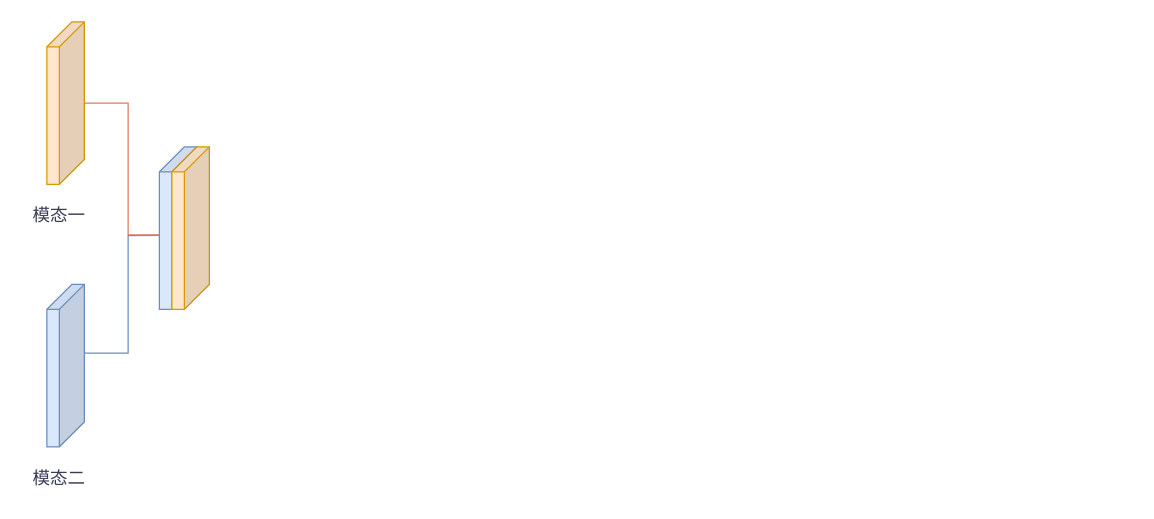
This is 毕设.drawio from kenloves/draw.io, a draw.io file, before an edit. Source tidied: cells renumbered, new cells numbered last; positions are measured from the earlier drawing's top-left corner, leaving out a move shared by most shapes. Both pictures are drawn from the tidied source at 125%, with x=0, y=0 at pixel (21, 21).
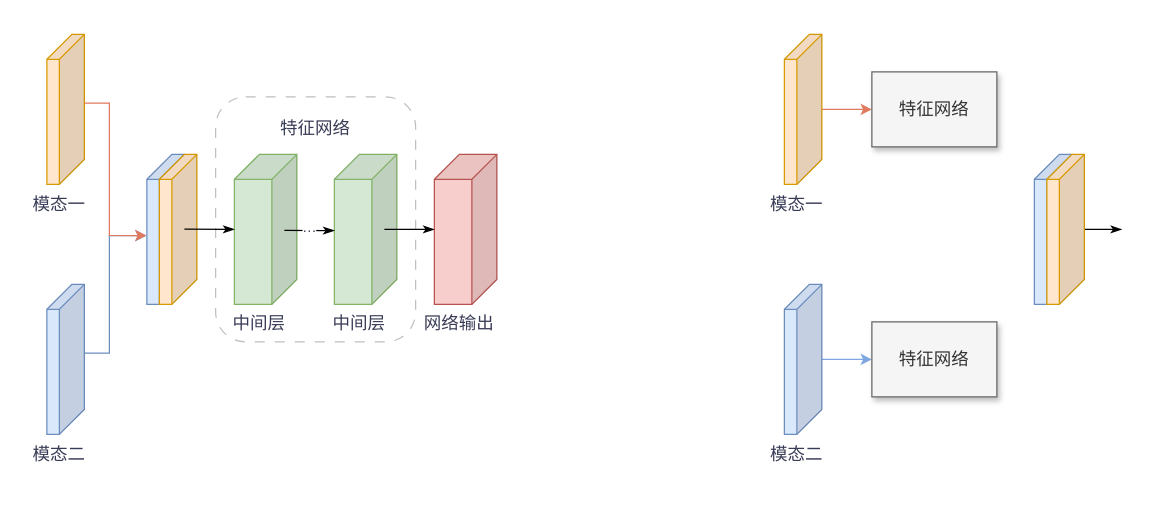
The same page after the edit.

Diff of the diagram source:
```diff
@@
+    <mxCell id="10" style="rounded=1;whiteSpace=wrap;html=1;dashed=1;shadow=0;dashPattern=8 8;strokeColor=#c0c0c0;" parent="1" vertex="1">
+      <mxGeometry x="155" y="60" width="160" height="196" as="geometry" />
+    </mxCell>
-    <mxCell id="2" style="rounded=0;jettySize=auto;html=1;strokeColor=#6c8ebf;fontColor=#393C56;fillColor=#dae8fc;entryX=0.924;entryY=0.544;entryDx=0;entryDy=0;entryPerimeter=0;align=center;verticalAlign=middle;fontFamily=Helvetica;fontSize=11;labelBackgroundColor=default;endArrow=classic;curved=0;exitX=0;exitY=0;exitDx=0;exitDy=55;exitPerimeter=0;" parent="1" edge="1" source="3" target="7">
+    <mxCell id="2" style="rounded=0;jettySize=auto;html=1;strokeColor=#6c8ebf;fontColor=#393C56;fillColor=#dae8fc;entryX=1.008;entryY=0.542;entryDx=0;entryDy=0;entryPerimeter=0;align=center;verticalAlign=middle;fontFamily=Helvetica;fontSize=11;labelBackgroundColor=default;endArrow=classic;curved=0;exitX=0;exitY=0;exitDx=0;exitDy=55;exitPerimeter=0;" parent="1" edge="1" source="3" target="6">
       <mxGeometry relative="1" as="geometry">
         <Array as="points">
-          <mxPoint x="85" y="265" />
+          <mxPoint x="70" y="265" />
+          <mxPoint x="70" y="220" />
+          <mxPoint x="70" y="171" />
           <mxPoint x="85" y="171" />
         </Array>
       </mxGeometry>
     </mxCell>
     <mxCell id="3" style="shape=cube;whiteSpace=wrap;html=1;boundedLbl=1;backgroundOutline=1;darkOpacity=0.05;darkOpacity2=0.1;direction=east;flipH=1;labelBackgroundColor=none;fillColor=#dae8fc;strokeColor=#6c8ebf;" parent="1" vertex="1">
-      <mxGeometry x="20" y="210" width="30" height="130" as="geometry" />
+      <mxGeometry x="20" y="210" width="30" height="120" as="geometry" />
     </mxCell>
-    <mxCell id="4" style="edgeStyle=orthogonalEdgeStyle;rounded=0;jettySize=auto;html=1;strokeColor=#E07A5F;fontColor=#393C56;fillColor=#F2CC8F;entryX=0.878;entryY=0.541;entryDx=0;entryDy=0;entryPerimeter=0;" parent="1" edge="1" source="5" target="7">
+    <mxCell id="4" style="edgeStyle=orthogonalEdgeStyle;rounded=0;jettySize=auto;html=1;strokeColor=#E07A5F;fontColor=#393C56;fillColor=#F2CC8F;entryX=1.013;entryY=0.541;entryDx=0;entryDy=0;entryPerimeter=0;" parent="1" edge="1" source="5" target="6">
       <mxGeometry relative="1" as="geometry">
         <Array as="points">
-          <mxPoint x="85" y="65" />
-          <mxPoint x="85" y="170" />
+          <mxPoint x="70" y="65" />
+          <mxPoint x="70" y="171" />
         </Array>
       </mxGeometry>
     </mxCell>
     <mxCell id="5" style="shape=cube;whiteSpace=wrap;html=1;boundedLbl=1;backgroundOutline=1;darkOpacity=0.05;darkOpacity2=0.1;direction=east;flipH=1;labelBackgroundColor=none;fillColor=#ffe6cc;strokeColor=#d79b00;" parent="1" vertex="1">
-      <mxGeometry x="20" width="30" height="130" as="geometry" />
+      <mxGeometry x="20" y="10" width="30" height="120" as="geometry" />
     </mxCell>
     <mxCell id="6" style="shape=cube;whiteSpace=wrap;html=1;boundedLbl=1;backgroundOutline=1;darkOpacity=0.05;darkOpacity2=0.1;direction=east;flipH=1;labelBackgroundColor=none;fillColor=#dae8fc;strokeColor=#6c8ebf;" parent="1" vertex="1">
-      <mxGeometry x="110" y="100" width="30" height="130" as="geometry" />
+      <mxGeometry x="100" y="106" width="30" height="120" as="geometry" />
     </mxCell>
     <mxCell id="7" style="shape=cube;whiteSpace=wrap;html=1;boundedLbl=1;backgroundOutline=1;darkOpacity=0.05;darkOpacity2=0.1;direction=east;flipH=1;labelBackgroundColor=none;fillColor=#ffe6cc;strokeColor=#d79b00;" parent="1" vertex="1">
-      <mxGeometry x="120" y="100" width="30" height="130" as="geometry" />
+      <mxGeometry x="110" y="106" width="30" height="120" as="geometry" />
     </mxCell>
     <mxCell id="8" value="模态一" style="text;html=1;align=center;verticalAlign=middle;whiteSpace=wrap;rounded=0;fontColor=#393C56;fontSize=14;" parent="1" vertex="1">
-      <mxGeometry y="140" width="60" height="30" as="geometry" />
+      <mxGeometry y="131" width="60" height="30" as="geometry" />
     </mxCell>
     <mxCell id="9" value="模态二" style="text;html=1;align=center;verticalAlign=middle;whiteSpace=wrap;rounded=0;fontColor=#393C56;fontSize=14;" parent="1" vertex="1">
-      <mxGeometry y="350" width="60" height="30" as="geometry" />
+      <mxGeometry y="331" width="60" height="30" as="geometry" />
     </mxCell>
+    <mxCell id="11" style="shape=cube;whiteSpace=wrap;html=1;boundedLbl=1;backgroundOutline=1;darkOpacity=0.05;darkOpacity2=0.1;direction=east;flipH=1;labelBackgroundColor=none;fillColor=#f8cecc;strokeColor=#b85450;" parent="1" vertex="1">
+      <mxGeometry x="330" y="106" width="50" height="120" as="geometry" />
+    </mxCell>
+    <mxCell id="12" value="网络输出" style="text;html=1;align=center;verticalAlign=middle;whiteSpace=wrap;rounded=0;fontColor=#393C56;fontSize=14;" parent="1" vertex="1">
+      <mxGeometry x="320" y="226" width="60" height="30" as="geometry" />
+    </mxCell>
+    <mxCell id="13" style="edgeStyle=orthogonalEdgeStyle;rounded=0;jettySize=auto;html=1;strokeColor=#7EA6E0;fontColor=#393C56;fillColor=#F2CC8F;" parent="1" edge="1" source="14" target="20">
+      <mxGeometry relative="1" as="geometry" />
+    </mxCell>
+    <mxCell id="14" style="shape=cube;whiteSpace=wrap;html=1;boundedLbl=1;backgroundOutline=1;darkOpacity=0.05;darkOpacity2=0.1;direction=east;flipH=1;labelBackgroundColor=none;fillColor=#dae8fc;strokeColor=#6c8ebf;" parent="1" vertex="1">
+      <mxGeometry x="610" y="210" width="30" height="120" as="geometry" />
+    </mxCell>
+    <mxCell id="15" style="edgeStyle=orthogonalEdgeStyle;rounded=0;jettySize=auto;html=1;strokeColor=#E07A5F;fontColor=#393C56;fillColor=#F2CC8F;" parent="1" edge="1" source="16" target="19">
+      <mxGeometry relative="1" as="geometry" />
+    </mxCell>
+    <mxCell id="16" style="shape=cube;whiteSpace=wrap;html=1;boundedLbl=1;backgroundOutline=1;darkOpacity=0.05;darkOpacity2=0.1;direction=east;flipH=1;labelBackgroundColor=none;fillColor=#ffe6cc;strokeColor=#d79b00;" parent="1" vertex="1">
+      <mxGeometry x="610" y="10" width="30" height="120" as="geometry" />
+    </mxCell>
+    <mxCell id="17" value="模态一" style="text;html=1;align=center;verticalAlign=middle;whiteSpace=wrap;rounded=0;fontColor=#393C56;fontSize=14;" parent="1" vertex="1">
+      <mxGeometry x="590" y="131" width="60" height="30" as="geometry" />
+    </mxCell>
+    <mxCell id="18" value="模态二" style="text;html=1;align=center;verticalAlign=middle;whiteSpace=wrap;rounded=0;fontColor=#393C56;fontSize=14;" parent="1" vertex="1">
+      <mxGeometry x="590" y="331" width="60" height="30" as="geometry" />
+    </mxCell>
+    <mxCell id="19" value="&lt;font style=&quot;font-size: 14px;&quot;&gt;特征网络&lt;/font&gt;" style="rounded=0;whiteSpace=wrap;html=1;strokeColor=#666666;fontColor=#333333;fillColor=#f5f5f5;glass=0;shadow=1;" parent="1" vertex="1">
+      <mxGeometry x="680" y="40" width="100" height="60" as="geometry" />
+    </mxCell>
+    <mxCell id="20" value="&lt;font style=&quot;font-size: 14px;&quot;&gt;特征网络&lt;/font&gt;" style="rounded=0;whiteSpace=wrap;html=1;strokeColor=#666666;fontColor=#333333;fillColor=#f5f5f5;glass=0;shadow=1;" parent="1" vertex="1">
+      <mxGeometry x="680" y="240" width="100" height="60" as="geometry" />
+    </mxCell>
+    <mxCell id="21" style="shape=cube;whiteSpace=wrap;html=1;boundedLbl=1;backgroundOutline=1;darkOpacity=0.05;darkOpacity2=0.1;direction=east;flipH=1;labelBackgroundColor=none;fillColor=#dae8fc;strokeColor=#6c8ebf;" parent="1" vertex="1">
+      <mxGeometry x="810" y="106" width="30" height="120" as="geometry" />
+    </mxCell>
+    <mxCell id="22" style="edgeStyle=orthogonalEdgeStyle;rounded=0;jettySize=auto;html=1;strokeColor=#000000;fontColor=#393C56;fillColor=#F2CC8F;endArrow=classicThin;endFill=1;" parent="1" edge="1" source="23">
+      <mxGeometry relative="1" as="geometry">
+        <mxPoint x="880" y="166" as="targetPoint" />
+      </mxGeometry>
+    </mxCell>
+    <mxCell id="23" style="shape=cube;whiteSpace=wrap;html=1;boundedLbl=1;backgroundOutline=1;darkOpacity=0.05;darkOpacity2=0.1;direction=east;flipH=1;labelBackgroundColor=none;fillColor=#ffe6cc;strokeColor=#d79b00;" parent="1" vertex="1">
+      <mxGeometry x="820" y="106" width="30" height="120" as="geometry" />
+    </mxCell>
+    <mxCell id="24" style="shape=cube;whiteSpace=wrap;html=1;boundedLbl=1;backgroundOutline=1;darkOpacity=0.05;darkOpacity2=0.1;direction=east;flipH=1;labelBackgroundColor=none;fillColor=#d5e8d4;strokeColor=#82b366;" parent="1" vertex="1">
+      <mxGeometry x="170" y="106" width="50" height="120" as="geometry" />
+    </mxCell>
+    <mxCell id="25" style="shape=cube;whiteSpace=wrap;html=1;boundedLbl=1;backgroundOutline=1;darkOpacity=0.05;darkOpacity2=0.1;direction=east;flipH=1;labelBackgroundColor=none;fillColor=#d5e8d4;strokeColor=#82b366;" parent="1" vertex="1">
+      <mxGeometry x="250" y="106" width="50" height="120" as="geometry" />
+    </mxCell>
+    <mxCell id="26" style="edgeStyle=orthogonalEdgeStyle;rounded=0;jettySize=auto;html=1;strokeColor=#000000;fontColor=#393C56;fillColor=#F2CC8F;endArrow=classicThin;endFill=1;exitX=0.2;exitY=0.5;exitDx=0;exitDy=0;exitPerimeter=0;" parent="1" edge="1" source="25" target="11">
+      <mxGeometry relative="1" as="geometry" />
+    </mxCell>
+    <mxCell id="27" value="中间层" style="text;html=1;align=center;verticalAlign=middle;whiteSpace=wrap;rounded=0;fontColor=#393C56;fontSize=14;" parent="1" vertex="1">
+      <mxGeometry x="160" y="226" width="60" height="30" as="geometry" />
+    </mxCell>
+    <mxCell id="28" value="中间层" style="text;html=1;align=center;verticalAlign=middle;whiteSpace=wrap;rounded=0;fontColor=#393C56;fontSize=14;" parent="1" vertex="1">
+      <mxGeometry x="240" y="226" width="60" height="30" as="geometry" />
+    </mxCell>
+    <mxCell id="29" style="endArrow=classicThin;html=1;rounded=0;strokeColor=#000000;fontColor=#393C56;fillColor=#F2CC8F;shadow=0;align=center;verticalAlign=middle;fontFamily=Helvetica;fontSize=11;labelBackgroundColor=default;endFill=1;exitX=0.093;exitY=0.511;exitDx=0;exitDy=0;exitPerimeter=0;" parent="1" edge="1">
+      <mxGeometry relative="1" as="geometry">
+        <mxPoint x="210" y="166.8" as="sourcePoint" />
+        <mxPoint x="250" y="167" as="targetPoint" />
+      </mxGeometry>
+    </mxCell>
+    <mxCell id="30" value="···" style="edgeLabel;html=1;align=center;verticalAlign=middle;strokeColor=#000000;fontColor=#393C56;fillColor=#F2CC8F;rounded=0;shadow=0;fontFamily=Helvetica;fontSize=11;labelBackgroundColor=default;" parent="29" vertex="1">
+      <mxGeometry relative="1" as="geometry" />
+    </mxCell>
+    <mxCell id="31" style="endArrow=classicThin;html=1;rounded=0;strokeColor=#000000;fontColor=#393C56;fillColor=#F2CC8F;shadow=0;align=center;verticalAlign=middle;fontFamily=Helvetica;fontSize=11;labelBackgroundColor=default;endFill=1;exitX=0.093;exitY=0.511;exitDx=0;exitDy=0;exitPerimeter=0;" parent="1" edge="1">
+      <mxGeometry relative="1" as="geometry">
+        <mxPoint x="130" y="165.8" as="sourcePoint" />
+        <mxPoint x="170" y="166" as="targetPoint" />
+      </mxGeometry>
+    </mxCell>
+    <mxCell id="32" style="edgeLabel;html=1;align=center;verticalAlign=middle;strokeColor=#000000;fontColor=#393C56;fillColor=#F2CC8F;rounded=0;shadow=0;fontFamily=Helvetica;fontSize=11;labelBackgroundColor=default;" parent="31" vertex="1">
+      <mxGeometry relative="1" as="geometry" />
+    </mxCell>
+    <mxCell id="33" value="特征网络" style="text;html=1;align=center;verticalAlign=middle;whiteSpace=wrap;rounded=0;fontColor=#393C56;fontSize=14;" parent="1" vertex="1">
+      <mxGeometry x="205" y="70" width="60" height="30" as="geometry" />
+    </mxCell>
```
